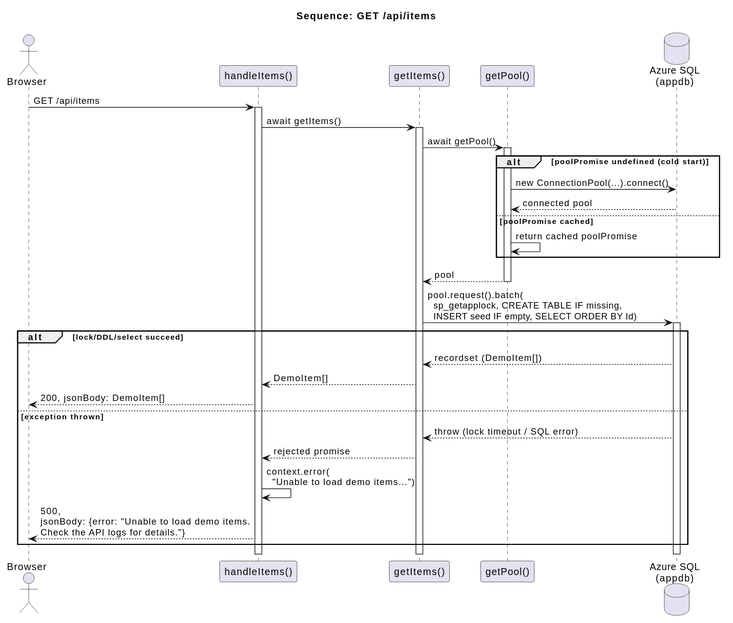
Before: uml/interaction/11-sequence.svg, a diagram exported from PlantUML (wolffy-au/frictionless-sample-azure).
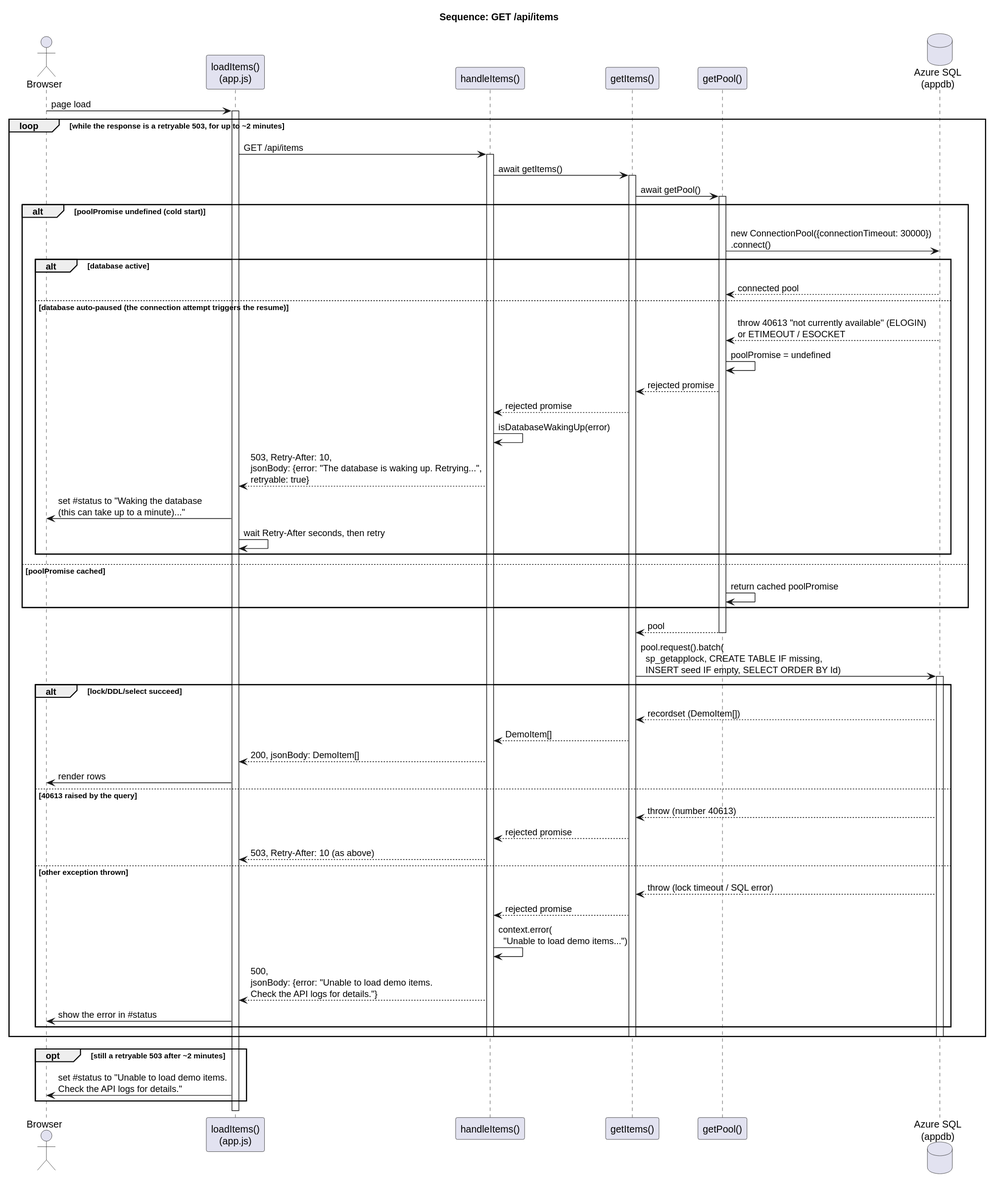
After the commit.

Commit message:
docs: describe the auto-pause resume and 503 retry path

What changed in the source:
```diff
@@ -2,12 +2,17 @@
 title Sequence: GET /api/items
 
 actor Browser as Browser
+participant "loadItems()\n(app.js)" as LoadItems
 participant "handleItems()" as Handler
 participant "getItems()" as GetItems
 participant "getPool()" as GetPool
 database "Azure SQL\n(appdb)" as Sql
 
-Browser -> Handler : GET /api/items
+Browser -> LoadItems : page load
+activate LoadItems
+
+loop while the response is a retryable 503, for up to ~2 minutes
+LoadItems -> Handler : GET /api/items
 activate Handler
 
 Handler -> GetItems : await getItems()
@@ -17,8 +22,19 @@
 activate GetPool
 
 alt poolPromise undefined (cold start)
-  GetPool -> Sql : new ConnectionPool(...).connect()
-  Sql --> GetPool : connected pool
+  GetPool -> Sql : new ConnectionPool({connectionTimeout: 30000})\n.connect()
+  alt database active
+    Sql --> GetPool : connected pool
+  else database auto-paused (the connection attempt triggers the resume)
+    Sql --> GetPool : throw 40613 "not currently available" (ELOGIN)\nor ETIMEOUT / ESOCKET
+    GetPool -> GetPool : poolPromise = undefined
+    GetPool --> GetItems : rejected promise
+    GetItems --> Handler : rejected promise
+    Handler -> Handler : isDatabaseWakingUp(error)
+    Handler --> LoadItems : 503, Retry-After: 10,\njsonBody: {error: "The database is waking up. Retrying...",\nretryable: true}
+    LoadItems -> Browser : set #status to "Waking the database\n(this can take up to a minute)..."
+    LoadItems -> LoadItems : wait Retry-After seconds, then retry
+  end
 else poolPromise cached
   GetPool -> GetPool : return cached poolPromise
 end
@@ -31,14 +47,26 @@
 alt lock/DDL/select succeed
   Sql --> GetItems : recordset (DemoItem[])
   GetItems --> Handler : DemoItem[]
-  Handler --> Browser : 200, jsonBody: DemoItem[]
-else exception thrown
+  Handler --> LoadItems : 200, jsonBody: DemoItem[]
+  LoadItems -> Browser : render rows
+else 40613 raised by the query
+  Sql --> GetItems : throw (number 40613)
+  GetItems --> Handler : rejected promise
+  Handler --> LoadItems : 503, Retry-After: 10 (as above)
+else other exception thrown
   Sql --> GetItems : throw (lock timeout / SQL error)
   GetItems --> Handler : rejected promise
   Handler -> Handler : context.error(\n  "Unable to load demo items...")
-  Handler --> Browser : 500,\njsonBody: {error: "Unable to load demo items.\nCheck the API logs for details."}
+  Handler --> LoadItems : 500,\njsonBody: {error: "Unable to load demo items.\nCheck the API logs for details."}
+  LoadItems -> Browser : show the error in #status
 end
 deactivate Sql
 deactivate GetItems
 deactivate Handler
+end
+
+opt still a retryable 503 after ~2 minutes
+  LoadItems -> Browser : set #status to "Unable to load demo items.\nCheck the API logs for details."
+end
+deactivate LoadItems
 @enduml
```
